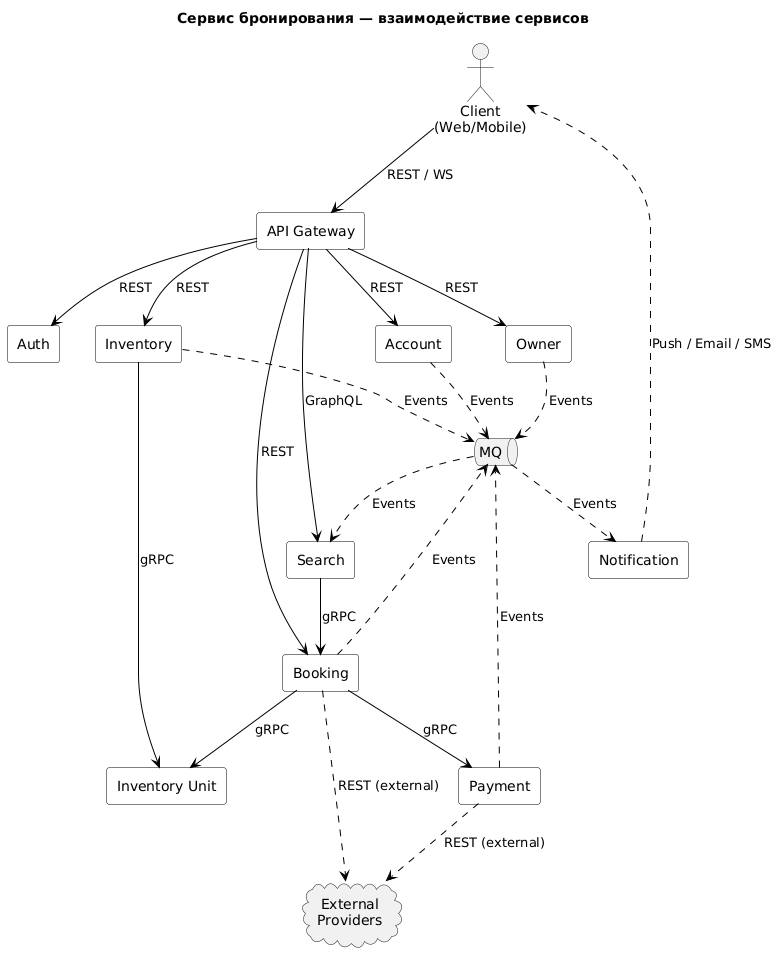
The PlantUML diagram hw_02/solution/diagrams/booking-architecture.png in Fleaman777/sd-homework, before a commit.
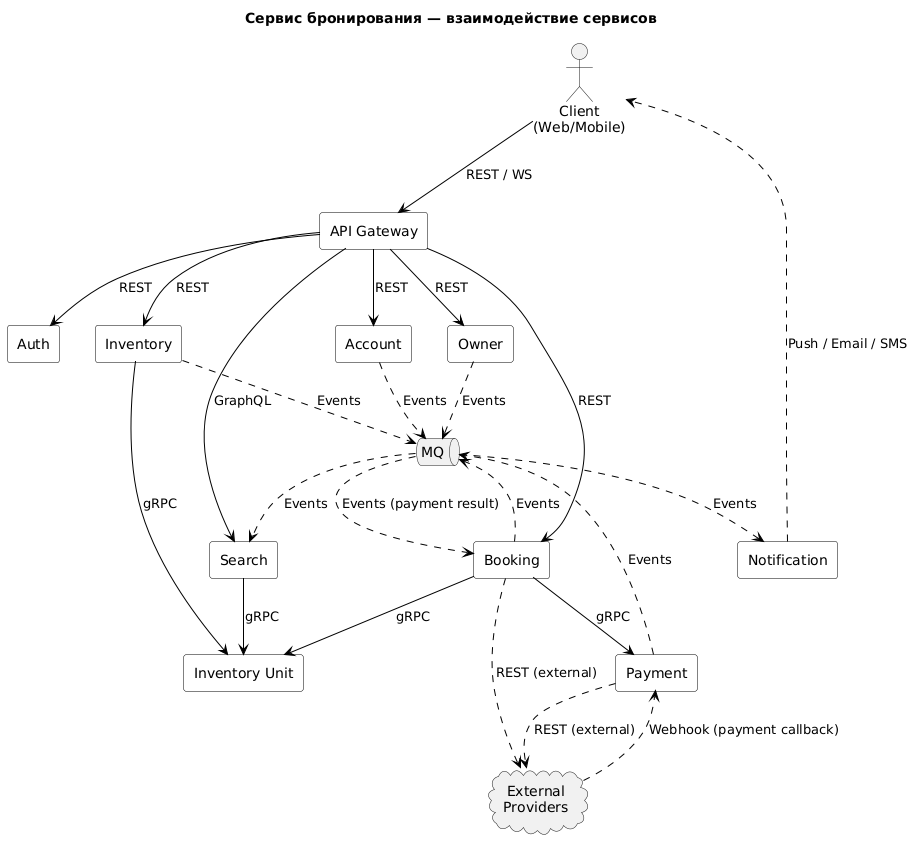
Later version of the same file.

What changed in the source:
```diff
@@ -33,7 +33,8 @@
 Gateway --> Booking : REST
 Gateway --> Search : GraphQL
 
-Search --> Booking : gRPC
+
+Search --> Unit : gRPC
 Booking --> Payment : gRPC
 Booking --> Unit : gRPC
 Inventory --> Unit : gRPC
@@ -52,4 +53,7 @@
 Payment ..> Ext : REST (external)
 Booking ..> Ext : REST (external)
 
+Ext ..> Payment : Webhook (payment callback)
+MQ ..> Booking : Events (payment result)
+
 @enduml
```
